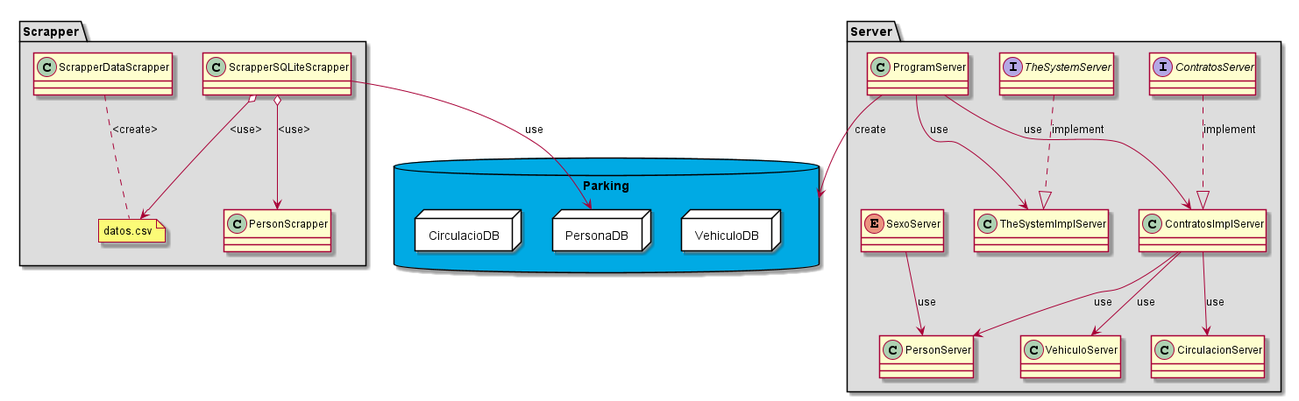
This is img/global.png from jzuletas005/ParkingUCN, a PlantUML export, as it was before one commit.
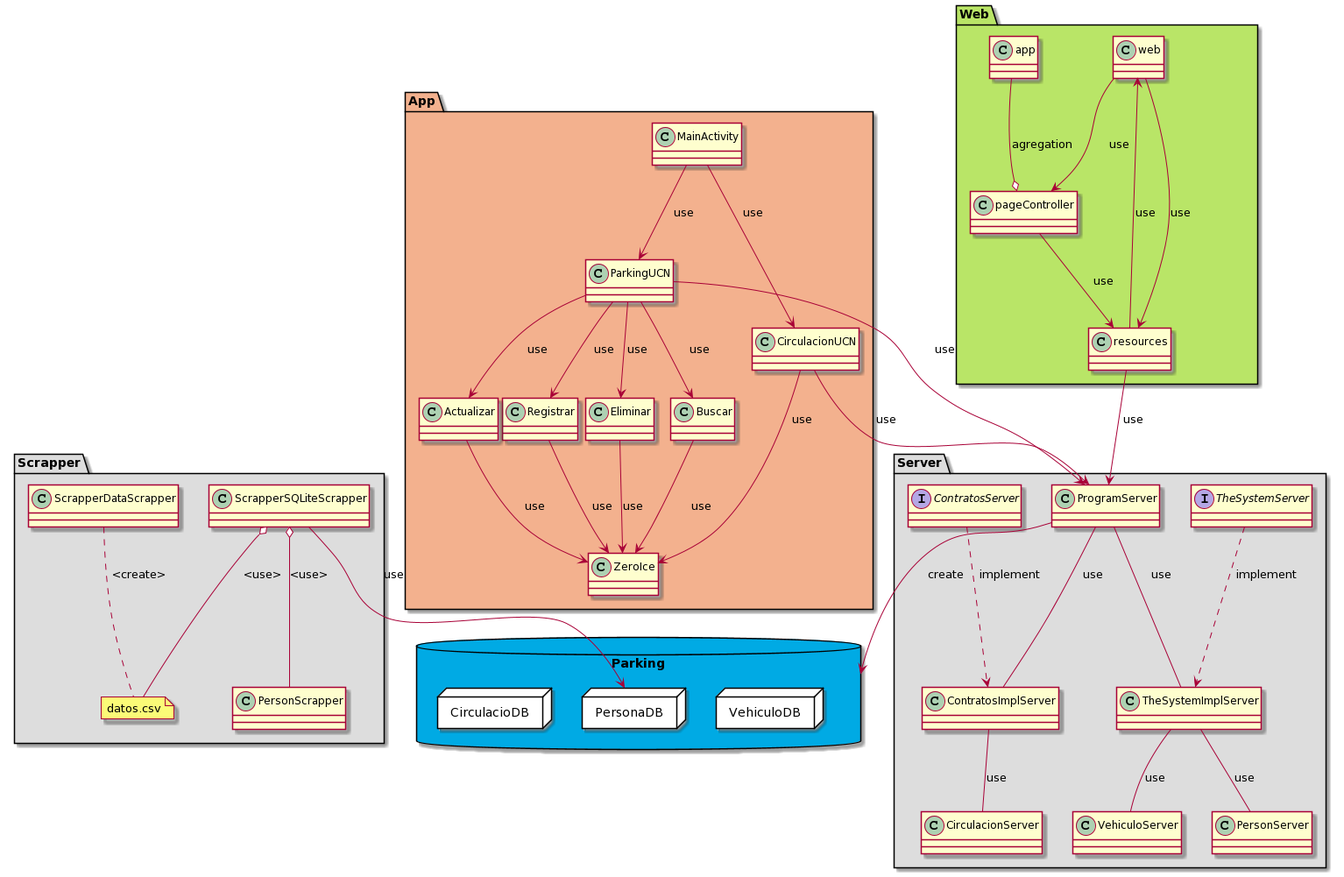
The same file after the commit.

Commit message:
refactor (img) : added global uml

The edit, as a diff of the source:
```diff
@@ -2,71 +2,93 @@
 package "Scrapper" #DDDDDD {
   class PersonScrapper{
 }
-
 class ScrapperDataScrapper{
 }
-
 class ScrapperSQLiteScrapper{
 }
-
 note "datos.csv" as N1
-
 ScrapperDataScrapper ..N1:<create>
-ScrapperSQLiteScrapper o-->N1:<use>
-ScrapperSQLiteScrapper o-->PersonScrapper:<use>
+ScrapperSQLiteScrapper o--N1:<use>
+ScrapperSQLiteScrapper o--PersonScrapper:<use>
 }
-
 package "Server" #DDDDDD {
   interface TheSystemServer{
 }
-
 interface ContratosServer{
 }
-
 class CirculacionServer{
 }
-
 class VehiculoServer{
 }
-
-enum SexoServer{
-}
-
 class PersonServer{
 }
-
 class ContratosImplServer{
 }
-
 class TheSystemImplServer{
 }
-
 class ProgramServer{
 }
-
-ProgramServer-->TheSystemImplServer: use
-ProgramServer-->ContratosImplServer: use
-ContratosImplServer-->PersonServer:use
-ContratosImplServer-->VehiculoServer:use
-ContratosImplServer-->CirculacionServer:use
-TheSystemServer..|>TheSystemImplServer:implement
-ContratosServer..|>ContratosImplServer:implement
-SexoServer-->PersonServer:use
+ProgramServer--TheSystemImplServer: use
+ProgramServer--ContratosImplServer: use
+TheSystemImplServer--PersonServer:use
+TheSystemImplServer--VehiculoServer:use
+ContratosImplServer--CirculacionServer:use
+TheSystemServer..>TheSystemImplServer:implement
+ContratosServer..>ContratosImplServer:implement
 }
-
+package App #F3B18E{
+class MainActivity {
+}
+class Registrar{
+}
+class ZeroIce{
+}
+class Eliminar{
+}
+class Buscar{
+}
+class Actualizar{
+}
+class CirculacionUCN {
+}
+MainActivity-->ParkingUCN:use
+MainActivity-->CirculacionUCN:use
+ParkingUCN-->Registrar:use
+ParkingUCN-->Eliminar:use
+ParkingUCN-->Buscar:use
+ParkingUCN-->Actualizar:use
+Registrar-->ZeroIce:use
+Eliminar-->ZeroIce:use
+Buscar-->ZeroIce:use
+Actualizar-->ZeroIce:use
+CirculacionUCN-->ZeroIce:use
+}
+package Web #B9E567{
+ class web{
+}
+class resources{
+}
+class app{
+}
+class pageController{
+}
+web-->resources:use
+web-->pageController:use
+pageController-->resources:use
+app --o pageController:agregation
+resources-->web:use
+}
 package Parking <<Database>> #00aae4 {
-
  package VehiculoDB <<Node>> {
  }
-
  package PersonaDB <<Node>> {
  }
-
  package CirculacioDB <<Node>> {
  }
-
 }
-
 ProgramServer --> Parking: create
 ScrapperSQLiteScrapper --> PersonaDB: use
+ParkingUCN --> ProgramServer : use
+CirculacionUCN --> ProgramServer : use
+resources --> ProgramServer : use
 @enduml
```
